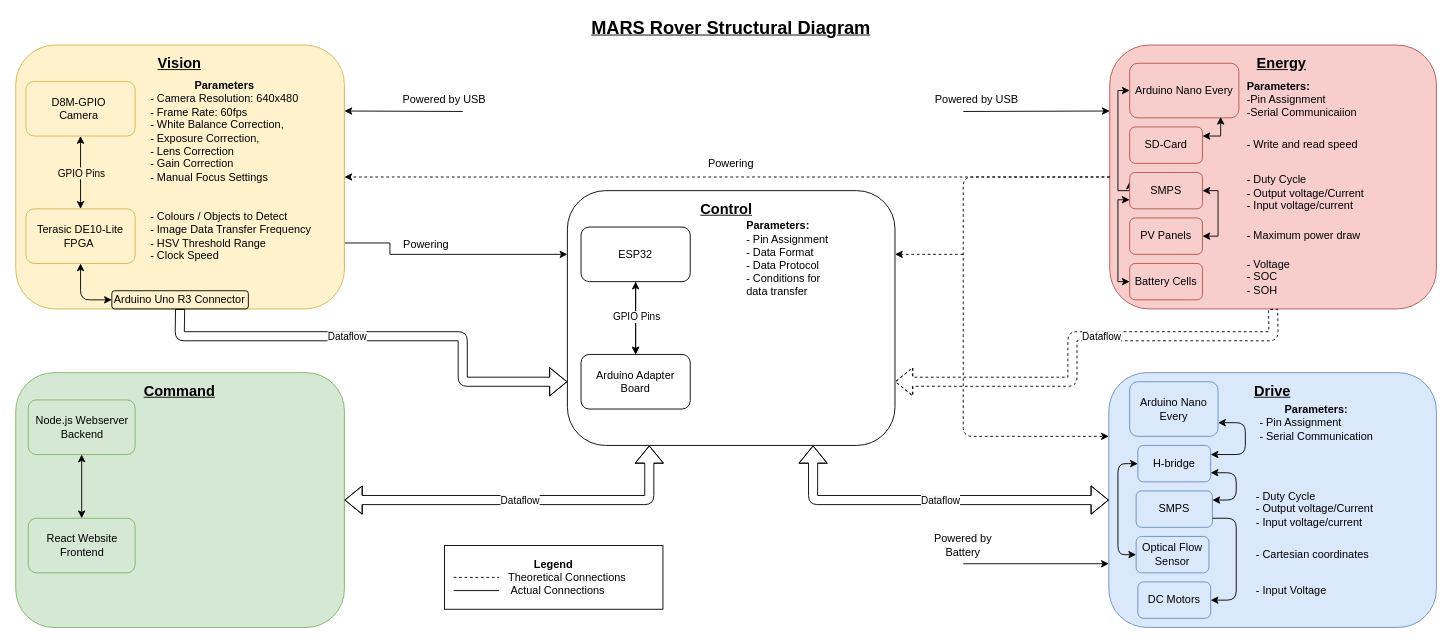
Above: report/media/Structural_Diagram.drawio in JosiahMendes/Autonomous-Rover (draw.io), before the change. Source tidied: cells renumbered, new cells numbered last; positions are measured from the earlier drawing's top-left corner, leaving out a move shared by most shapes. Both pictures are drawn from the tidied source at 91%, with x=0, y=0 at pixel (15, 17).
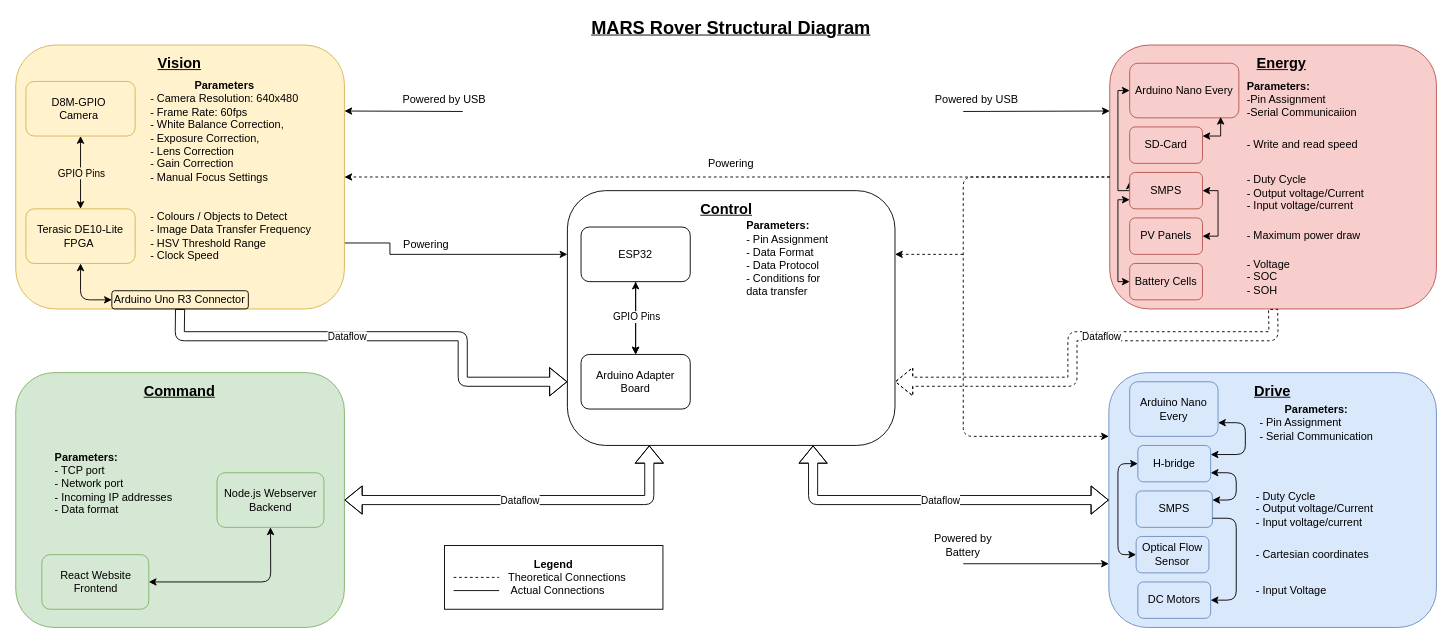
The same diagram, later.

Commit message:
added parameters for Command

Change to the diagram source:
```diff
@@
     <mxCell id="17" value="React Website Frontend" style="rounded=1;whiteSpace=wrap;html=1;fillColor=#d5e8d4;strokeColor=#82b366;" parent="1" vertex="1">
-      <mxGeometry x="13.5" y="550" width="117.5" height="60" as="geometry" />
+      <mxGeometry x="28.5" y="590" width="117.5" height="60" as="geometry" />
     </mxCell>
     <mxCell id="18" value="Node.js Webserver Backend" style="rounded=1;whiteSpace=wrap;html=1;fillColor=#d5e8d4;strokeColor=#82b366;" parent="1" vertex="1">
-      <mxGeometry x="13.5" y="420" width="117.5" height="60" as="geometry" />
+      <mxGeometry x="221" y="500" width="117.5" height="60" as="geometry" />
     </mxCell>
@@
-    <mxCell id="48" style="endArrow=classic;startArrow=classic;html=1;entryX=0.5;entryY=1;entryDx=0;entryDy=0;exitX=0.5;exitY=0;exitDx=0;exitDy=0;" parent="1" edge="1" source="17" target="18">
-      <mxGeometry relative="1" as="geometry" />
+    <mxCell id="48" style="endArrow=classic;startArrow=classic;html=1;entryX=0.5;entryY=1;entryDx=0;entryDy=0;exitX=1;exitY=0.5;exitDx=0;exitDy=0;" parent="1" edge="1" source="17" target="18">
+      <mxGeometry relative="1" as="geometry">
+        <Array as="points">
+          <mxPoint x="280" y="620" />
+        </Array>
+      </mxGeometry>
     </mxCell>
@@
+    <mxCell id="80" value="&lt;b&gt;Parameters:&lt;/b&gt;&lt;br&gt;- TCP port&lt;br&gt;- Network port&lt;br&gt;- Incoming IP addresses&lt;br&gt;- Data format" style="text;html=1;strokeColor=none;fillColor=none;align=left;verticalAlign=middle;whiteSpace=wrap;rounded=0;" parent="1" vertex="1">
+      <mxGeometry x="41" y="427" width="150" height="170" as="geometry" />
+    </mxCell>
```
